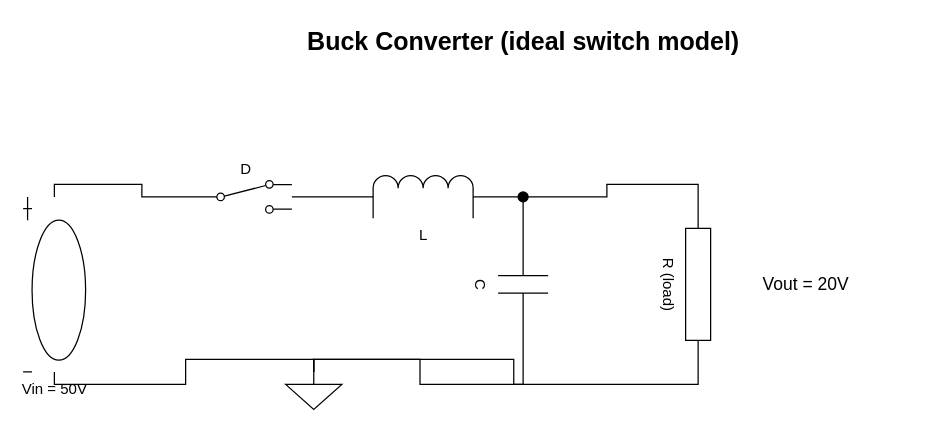
The draw.io diagram Circuits_elements/buck_converter.drawio in np4X/My_worldvibewebs, before the edit. Source tidied: cells renumbered, new cells numbered last; positions are measured from the earlier drawing's top-left corner, leaving out a move shared by most shapes. Both pictures are drawn from the tidied source at 125%, with x=0, y=0 at pixel (22, 21).
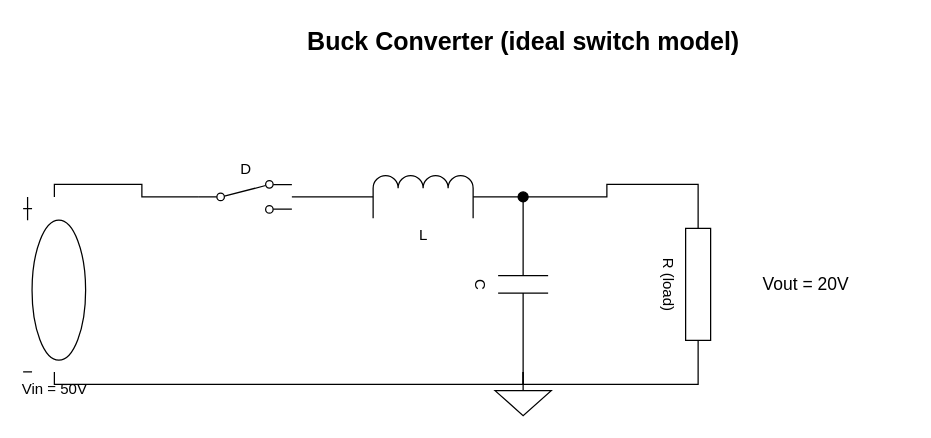
The same page after the edit.

Commit message:
Fix boxy detour on bottom rail: chain edges instead of star topology

Three separate edges converging on the same ground connection point
made the orthogonal router detour around overlaps. Restructured as
one continuous chain (vin -> capacitor -> resistor, mirroring the
working top rail) with a single tap down to ground.

The edit, as a diff of the source:
```diff
@@
 <mxGraphModel>
   <root>
     <mxCell id="0" />
     <mxCell id="1" parent="0" />
     <mxCell id="2" value="Buck Converter (ideal switch model)" style="text;html=1;align=center;verticalAlign=middle;fontSize=20;fontStyle=1;" parent="1" vertex="1">
       <mxGeometry x="220" width="360" height="30" as="geometry" />
     </mxCell>
     <mxCell id="3" value="Vin = 50V" style="verticalLabelPosition=bottom;verticalAlign=top;align=center;html=1;shape=mxgraph.electrical.signal_sources.dc_source_1;" parent="1" vertex="1">
       <mxGeometry y="140" width="50" height="140" as="geometry" />
     </mxCell>
     <mxCell id="4" value="D" style="html=1;shape=mxgraph.electrical.electro-mechanical.twoWaySwitch;elSwitchState=2;verticalLabelPosition=top;verticalAlign=bottom;align=center;" parent="1" vertex="1">
       <mxGeometry x="140" y="127" width="75" height="26" as="geometry" />
     </mxCell>
     <mxCell id="5" value="L" style="verticalLabelPosition=bottom;verticalAlign=top;align=center;html=1;shape=mxgraph.electrical.inductors.inductor;" parent="1" vertex="1">
       <mxGeometry x="280" y="123" width="80" height="34" as="geometry" />
     </mxCell>
     <mxCell id="6" style="ellipse;whiteSpace=wrap;html=1;fillColor=#000000;strokeColor=#000000;" parent="1" vertex="1">
       <mxGeometry x="396" y="136" width="8" height="8" as="geometry" />
     </mxCell>
     <mxCell id="7" value="C" style="verticalLabelPosition=bottom;verticalAlign=top;align=center;html=1;shape=mxgraph.electrical.capacitors.capacitor_1;rotation=90;" parent="1" vertex="1">
       <mxGeometry x="330" y="190" width="140" height="40" as="geometry" />
     </mxCell>
     <mxCell id="8" value="R (load)" style="verticalLabelPosition=bottom;verticalAlign=top;align=center;html=1;shape=mxgraph.electrical.resistors.resistor_1;rotation=90;" parent="1" vertex="1">
       <mxGeometry x="470" y="200" width="140" height="20" as="geometry" />
     </mxCell>
     <mxCell id="9" value="Vout = 20V" style="text;html=1;align=left;verticalAlign=middle;fontSize=14;" parent="1" vertex="1">
       <mxGeometry x="590" y="200" width="120" height="20" as="geometry" />
     </mxCell>
     <mxCell id="10" style="html=1;shape=mxgraph.electrical.signal_sources.signal_ground;" parent="1" vertex="1">
-      <mxGeometry x="210" y="280" width="45" height="30" as="geometry" />
+      <mxGeometry x="377.5" y="285" width="45" height="30" as="geometry" />
     </mxCell>
     <mxCell id="11" style="edgeStyle=orthogonalEdgeStyle;rounded=0;html=1;endArrow=none;startArrow=none;exitX=0.5;exitY=0;exitDx=0;exitDy=0;entryX=0;entryY=0.5;entryDx=0;entryDy=0;" parent="1" edge="1" source="3" target="4">
       <mxGeometry relative="1" as="geometry" />
     </mxCell>
     <mxCell id="12" style="edgeStyle=orthogonalEdgeStyle;rounded=0;html=1;endArrow=none;startArrow=none;exitX=1;exitY=0.5;exitDx=0;exitDy=0;entryX=0;entryY=0.5;entryDx=0;entryDy=0;" parent="1" edge="1" source="4" target="5">
       <mxGeometry relative="1" as="geometry" />
     </mxCell>
     <mxCell id="13" style="edgeStyle=orthogonalEdgeStyle;rounded=0;html=1;endArrow=none;startArrow=none;exitX=1;exitY=0.5;exitDx=0;exitDy=0;entryX=0.5;entryY=0.5;entryDx=0;entryDy=0;" parent="1" edge="1" source="5" target="6">
       <mxGeometry relative="1" as="geometry" />
     </mxCell>
     <mxCell id="14" style="edgeStyle=orthogonalEdgeStyle;rounded=0;html=1;endArrow=none;startArrow=none;exitX=0.5;exitY=0.5;exitDx=0;exitDy=0;entryX=0;entryY=0.5;entryDx=0;entryDy=0;" parent="1" edge="1" source="6" target="7">
       <mxGeometry relative="1" as="geometry" />
     </mxCell>
     <mxCell id="15" style="edgeStyle=orthogonalEdgeStyle;rounded=0;html=1;endArrow=none;startArrow=none;exitX=0.5;exitY=0.5;exitDx=0;exitDy=0;entryX=0;entryY=0.5;entryDx=0;entryDy=0;" parent="1" edge="1" source="6" target="8">
       <mxGeometry relative="1" as="geometry" />
     </mxCell>
+    <mxCell id="19" style="edgeStyle=orthogonalEdgeStyle;rounded=0;html=1;endArrow=none;startArrow=none;exitX=0.5;exitY=1;exitDx=0;exitDy=0;entryX=1;entryY=0.5;entryDx=0;entryDy=0;" parent="1" edge="1" source="3" target="7">
+      <mxGeometry relative="1" as="geometry" />
+    </mxCell>
+    <mxCell id="20" style="edgeStyle=orthogonalEdgeStyle;rounded=0;html=1;endArrow=none;startArrow=none;exitX=1;exitY=0.5;exitDx=0;exitDy=0;entryX=1;entryY=0.5;entryDx=0;entryDy=0;" parent="1" edge="1" source="7" target="8">
+      <mxGeometry relative="1" as="geometry" />
+    </mxCell>
     <mxCell id="16" style="edgeStyle=orthogonalEdgeStyle;rounded=0;html=1;endArrow=none;startArrow=none;exitX=1;exitY=0.5;exitDx=0;exitDy=0;entryX=0.5;entryY=0;entryDx=0;entryDy=0;" parent="1" edge="1" source="7" target="10">
       <mxGeometry relative="1" as="geometry" />
     </mxCell>
-    <mxCell id="17" style="edgeStyle=orthogonalEdgeStyle;rounded=0;html=1;endArrow=none;startArrow=none;exitX=1;exitY=0.5;exitDx=0;exitDy=0;entryX=0.5;entryY=0;entryDx=0;entryDy=0;" parent="1" edge="1" source="8" target="10">
-      <mxGeometry relative="1" as="geometry" />
-    </mxCell>
-    <mxCell id="18" style="edgeStyle=orthogonalEdgeStyle;rounded=0;html=1;endArrow=none;startArrow=none;exitX=0.5;exitY=1;exitDx=0;exitDy=0;entryX=0.5;entryY=0;entryDx=0;entryDy=0;" parent="1" edge="1" source="3" target="10">
-      <mxGeometry relative="1" as="geometry" />
-    </mxCell>
   </root>
 </mxGraphModel>
```
